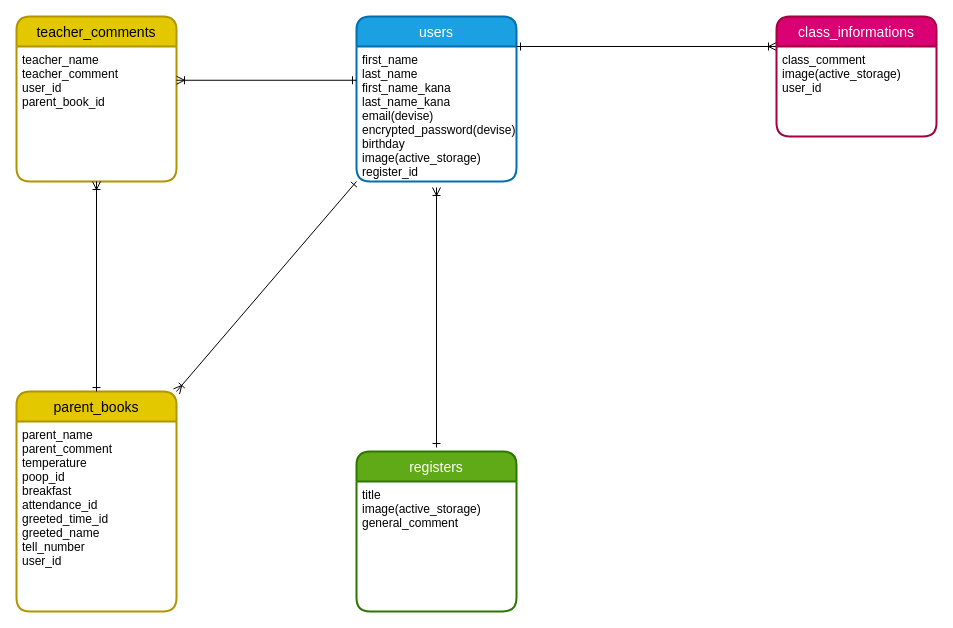
Before: page "ページ1" (1 of 2) of app/contact.dio in JukiyaKikuchi/contact, a draw.io diagram. Source tidied: cells renumbered, new cells numbered last; positions are measured from the earlier drawing's top-left corner, leaving out a move shared by most shapes. Both pictures are drawn from the tidied source at 100%, with x=0, y=0 at pixel (16, 16).
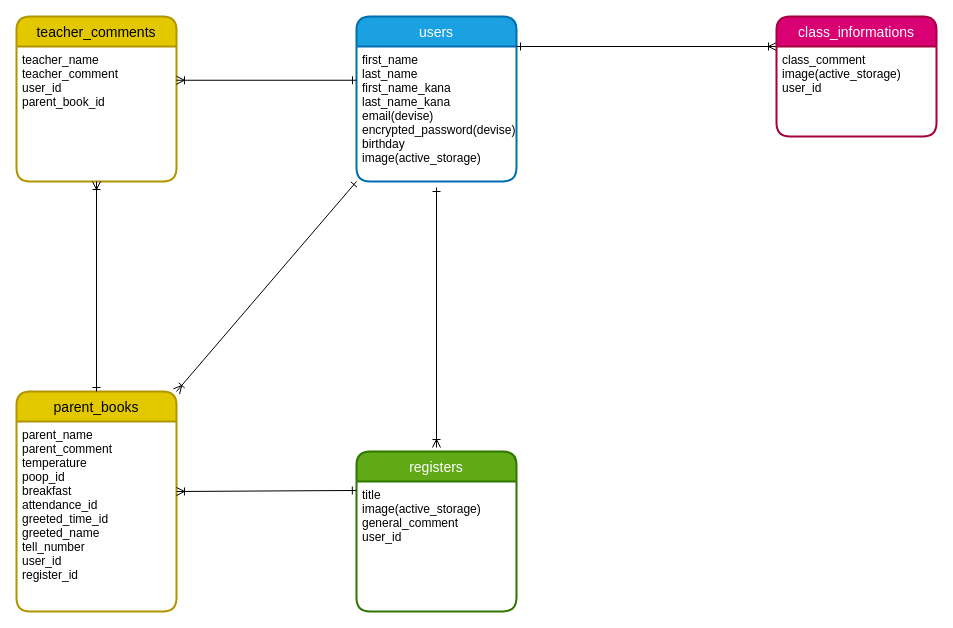
The same page after the edit.

The edit, as a diff of the source:
```diff
@@
 <mxGraphModel>
   <root>
     <mxCell id="0" />
     <mxCell id="1" parent="0" />
     <mxCell id="2" value="users" style="swimlane;horizontal=1;startSize=30;rounded=1;fontSize=14;fontStyle=0;strokeWidth=2;shadow=0;dashed=0;align=center;fillColor=#1ba1e2;fontColor=#ffffff;strokeColor=#006EAF;" parent="1" vertex="1">
       <mxGeometry x="340" width="160" height="165" as="geometry" />
     </mxCell>
-    <mxCell id="3" value="first_name&#10;last_name&#10;first_name_kana&#10;last_name_kana&#10;email(devise)&#10;encrypted_password(devise)&#10;birthday&#10;image(active_storage)&#10;register_id" style="align=left;strokeColor=none;fillColor=none;spacingLeft=4;fontSize=12;verticalAlign=top;" parent="2" vertex="1">
+    <mxCell id="3" value="first_name&#10;last_name&#10;first_name_kana&#10;last_name_kana&#10;email(devise)&#10;encrypted_password(devise)&#10;birthday&#10;image(active_storage)&#10;" style="align=left;strokeColor=none;fillColor=none;spacingLeft=4;fontSize=12;verticalAlign=top;" parent="2" vertex="1">
       <mxGeometry y="30" width="160" height="135" as="geometry" />
     </mxCell>
     <mxCell id="4" style="edgeStyle=none;shape=connector;rounded=1;html=1;exitX=0;exitY=0;exitDx=0;exitDy=0;entryX=1;entryY=0;entryDx=0;entryDy=0;labelBackgroundColor=default;fontFamily=Helvetica;fontSize=11;fontColor=default;startArrow=ERoneToMany;startFill=0;endArrow=ERone;endFill=0;strokeColor=default;" parent="1" edge="1" source="6" target="3">
       <mxGeometry relative="1" as="geometry" />
     </mxCell>
     <mxCell id="5" value="class_informations" style="swimlane;horizontal=1;startSize=30;rounded=1;fontSize=14;fontStyle=0;strokeWidth=2;shadow=0;dashed=0;align=center;fillColor=#d80073;fontColor=#ffffff;strokeColor=#A50040;" parent="1" vertex="1">
       <mxGeometry x="760" width="160" height="120" as="geometry" />
     </mxCell>
     <mxCell id="6" value="class_comment&#10;image(active_storage)&#10;user_id&#10;" style="align=left;strokeColor=none;fillColor=none;spacingLeft=4;fontSize=12;verticalAlign=top;" parent="5" vertex="1">
       <mxGeometry y="30" width="160" height="90" as="geometry" />
     </mxCell>
     <mxCell id="7" style="edgeStyle=none;shape=connector;rounded=1;html=1;exitX=1;exitY=0;exitDx=0;exitDy=0;entryX=0;entryY=1;entryDx=0;entryDy=0;labelBackgroundColor=default;fontFamily=Helvetica;fontSize=11;fontColor=default;startArrow=ERoneToMany;startFill=0;endArrow=ERone;endFill=0;strokeColor=default;" parent="1" edge="1" source="8" target="3">
       <mxGeometry relative="1" as="geometry" />
     </mxCell>
     <mxCell id="8" value="parent_books" style="swimlane;horizontal=1;startSize=30;rounded=1;fontSize=14;fontStyle=0;strokeWidth=2;shadow=0;dashed=0;align=center;fillColor=#e3c800;fontColor=#000000;strokeColor=#B09500;" parent="1" vertex="1">
       <mxGeometry y="375" width="160" height="220" as="geometry" />
     </mxCell>
-    <mxCell id="9" value="parent_name&#10;parent_comment&#10;temperature&#10;poop_id&#10;breakfast&#10;attendance_id&#10;greeted_time_id&#10;greeted_name&#10;tell_number&#10;user_id&#10;" style="align=left;strokeColor=none;fillColor=none;spacingLeft=4;fontSize=12;verticalAlign=top;" parent="8" vertex="1">
+    <mxCell id="9" value="parent_name&#10;parent_comment&#10;temperature&#10;poop_id&#10;breakfast&#10;attendance_id&#10;greeted_time_id&#10;greeted_name&#10;tell_number&#10;user_id&#10;register_id" style="align=left;strokeColor=none;fillColor=none;spacingLeft=4;fontSize=12;verticalAlign=top;" parent="8" vertex="1">
       <mxGeometry y="30" width="160" height="190" as="geometry" />
     </mxCell>
     <mxCell id="10" value="teacher_comments" style="swimlane;horizontal=1;startSize=30;rounded=1;fontSize=14;fontStyle=0;strokeWidth=2;shadow=0;dashed=0;align=center;fillColor=#e3c800;fontColor=#000000;strokeColor=#B09500;" parent="1" vertex="1">
       <mxGeometry width="160" height="165" as="geometry" />
     </mxCell>
     <mxCell id="11" value="teacher_name&#10;teacher_comment&#10;user_id&#10;parent_book_id" style="align=left;strokeColor=none;fillColor=none;spacingLeft=4;fontSize=12;verticalAlign=top;" parent="10" vertex="1">
       <mxGeometry y="30" width="160" height="135" as="geometry" />
     </mxCell>
     <mxCell id="12" value="registers" style="swimlane;horizontal=1;startSize=30;rounded=1;fontSize=14;fontStyle=0;strokeWidth=2;shadow=0;dashed=0;align=center;fillColor=#60a917;fontColor=#ffffff;strokeColor=#2D7600;" parent="1" vertex="1">
       <mxGeometry x="340" y="435" width="160" height="160" as="geometry" />
     </mxCell>
-    <mxCell id="13" value="title&#10;image(active_storage)&#10;general_comment&#10;" style="align=left;strokeColor=none;fillColor=none;spacingLeft=4;fontSize=12;verticalAlign=top;" parent="12" vertex="1">
+    <mxCell id="13" value="title&#10;image(active_storage)&#10;general_comment&#10;user_id" style="align=left;strokeColor=none;fillColor=none;spacingLeft=4;fontSize=12;verticalAlign=top;" parent="12" vertex="1">
       <mxGeometry y="30" width="160" height="130" as="geometry" />
     </mxCell>
-    <mxCell id="14" style="edgeStyle=none;shape=connector;rounded=1;html=1;entryX=0.5;entryY=0;entryDx=0;entryDy=0;labelBackgroundColor=default;fontFamily=Helvetica;fontSize=11;fontColor=default;startArrow=ERoneToMany;startFill=0;endArrow=ERone;endFill=0;strokeColor=default;" parent="1" edge="1">
+    <mxCell id="14" style="edgeStyle=none;shape=connector;rounded=1;html=1;entryX=0.5;entryY=0;entryDx=0;entryDy=0;labelBackgroundColor=default;fontFamily=Helvetica;fontSize=11;fontColor=default;startArrow=ERone;startFill=0;endArrow=ERoneToMany;endFill=0;strokeColor=default;" parent="1" edge="1">
       <mxGeometry relative="1" as="geometry">
         <mxPoint x="420" y="171" as="sourcePoint" />
         <mxPoint x="420" y="431" as="targetPoint" />
       </mxGeometry>
     </mxCell>
     <mxCell id="15" style="edgeStyle=none;html=1;exitX=1;exitY=0.25;exitDx=0;exitDy=0;entryX=0;entryY=0.25;entryDx=0;entryDy=0;endArrow=ERone;endFill=0;startArrow=ERoneToMany;startFill=0;" parent="1" edge="1" source="11" target="3">
       <mxGeometry relative="1" as="geometry" />
     </mxCell>
     <mxCell id="16" style="edgeStyle=none;html=1;exitX=0.5;exitY=1;exitDx=0;exitDy=0;entryX=0.5;entryY=0;entryDx=0;entryDy=0;endArrow=ERone;endFill=0;startArrow=ERoneToMany;startFill=0;" parent="1" edge="1" source="11" target="8">
       <mxGeometry relative="1" as="geometry" />
     </mxCell>
+    <mxCell id="17" style="edgeStyle=none;html=1;exitX=1;exitY=0.5;exitDx=0;exitDy=0;entryX=-0.001;entryY=0.069;entryDx=0;entryDy=0;entryPerimeter=0;endArrow=ERone;endFill=0;startArrow=ERoneToMany;startFill=0;" parent="1" edge="1" target="13">
+      <mxGeometry relative="1" as="geometry">
+        <mxPoint x="160" y="475" as="sourcePoint" />
+      </mxGeometry>
+    </mxCell>
   </root>
 </mxGraphModel>
```
